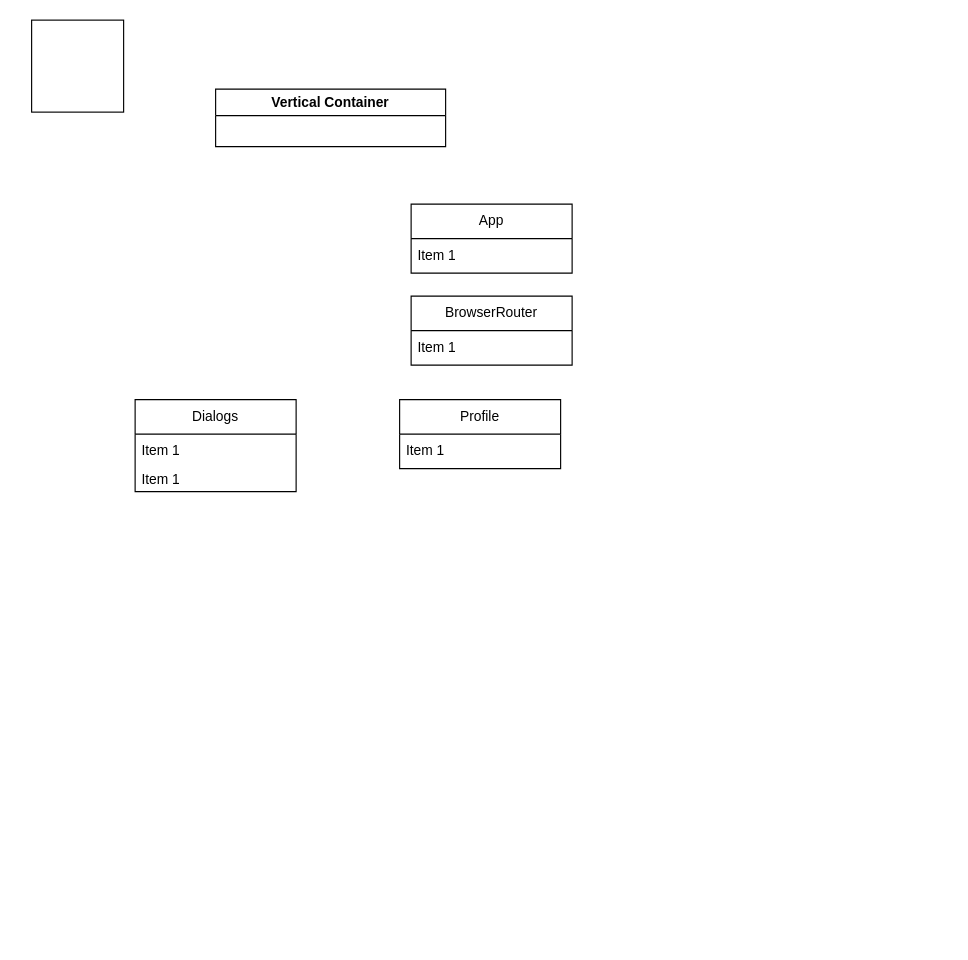
Above: Диаграмма без названия.drawio in alekseiveprev/samurai-way-main (draw.io), before the change. Source tidied: cells renumbered, new cells numbered last; positions are measured from the earlier drawing's top-left corner, leaving out a move shared by most shapes. Both pictures are drawn from the tidied source at 115%, with x=0, y=0 at pixel (31, 20).
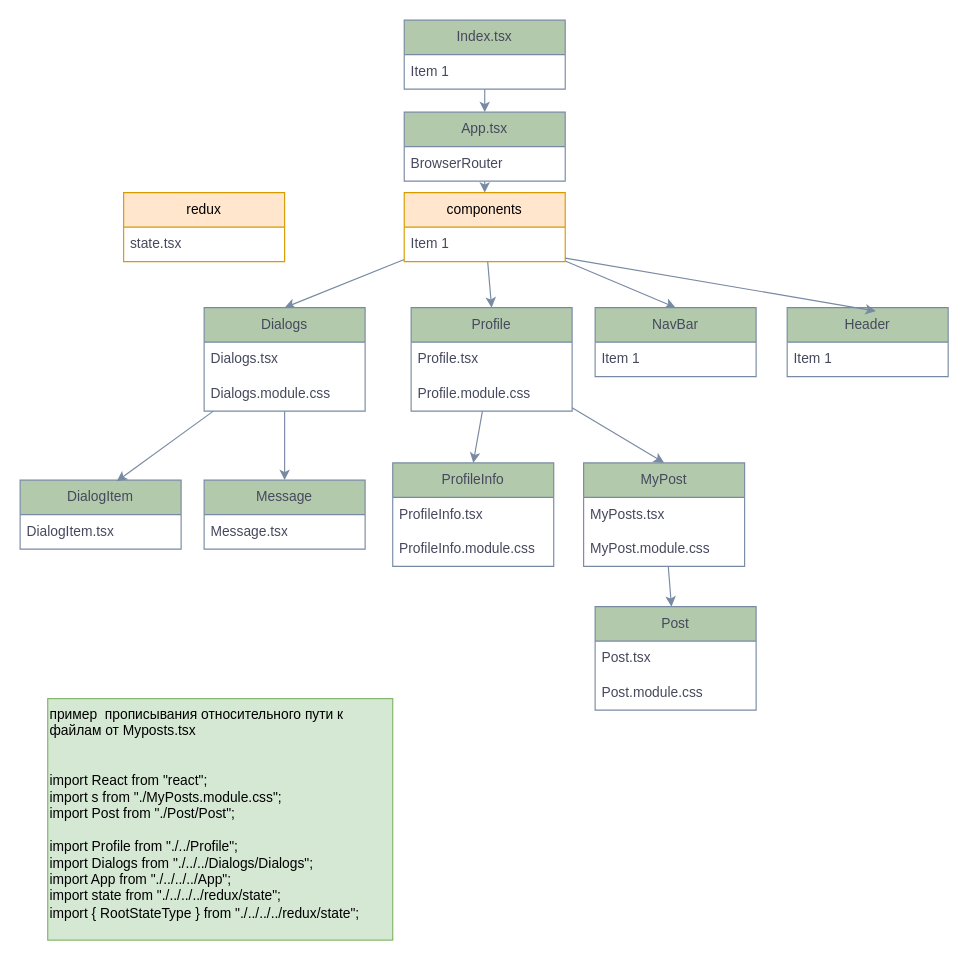
The same page after the edit.

Commit message:
object and absolute path.drawio

Change to the diagram source:
```diff
@@
-    <mxCell id="2" style="whiteSpace=wrap;html=1;" parent="1" vertex="1">
-      <mxGeometry width="80" height="80" as="geometry" />
-    </mxCell>
-    <mxCell id="3" value="Vertical Container" style="swimlane;whiteSpace=wrap;html=1;" parent="1" vertex="1">
-      <mxGeometry x="160" y="60" width="200" height="50" as="geometry" />
-    </mxCell>
+    <mxCell id="13" style="edgeStyle=none;rounded=0;jettySize=auto;html=1;strokeColor=#788AA3;fontColor=#46495D;fillColor=#B2C9AB;" parent="1" edge="1" source="4" target="6">
+      <mxGeometry relative="1" as="geometry" />
+    </mxCell>
-    <mxCell id="4" value="App" style="swimlane;fontStyle=0;horizontal=1;startSize=30;whiteSpace=wrap;html=1;" parent="1" vertex="1">
-      <mxGeometry x="330" y="160" width="140" height="60" as="geometry" />
+    <mxCell id="4" value="App.tsx" style="swimlane;fontStyle=0;horizontal=1;startSize=30;whiteSpace=wrap;html=1;labelBackgroundColor=none;fillColor=#B2C9AB;strokeColor=#788AA3;fontColor=#46495D;" parent="1" vertex="1">
+      <mxGeometry x="324" y="80" width="140" height="60" as="geometry" />
     </mxCell>
-    <mxCell id="5" value="Item 1" style="text;strokeColor=none;fillColor=none;align=left;verticalAlign=middle;spacingLeft=4;spacingRight=4;overflow=hidden;whiteSpace=wrap;html=1;" parent="4" vertex="1">
+    <mxCell id="5" value="BrowserRouter" style="text;strokeColor=none;fillColor=none;align=left;verticalAlign=middle;spacingLeft=4;spacingRight=4;overflow=hidden;whiteSpace=wrap;html=1;labelBackgroundColor=none;fontColor=#46495D;" parent="4" vertex="1">
       <mxGeometry y="30" width="140" height="30" as="geometry" />
     </mxCell>
+    <mxCell id="14" style="edgeStyle=none;rounded=0;jettySize=auto;html=1;entryX=0.5;entryY=0;entryDx=0;entryDy=0;strokeColor=#788AA3;fontColor=#46495D;fillColor=#B2C9AB;" parent="1" edge="1" source="6" target="22">
+      <mxGeometry relative="1" as="geometry" />
+    </mxCell>
+    <mxCell id="15" style="edgeStyle=none;rounded=0;jettySize=auto;html=1;entryX=0.5;entryY=0;entryDx=0;entryDy=0;strokeColor=#788AA3;fontColor=#46495D;fillColor=#B2C9AB;" parent="1" edge="1" source="6" target="10">
+      <mxGeometry relative="1" as="geometry" />
+    </mxCell>
+    <mxCell id="16" style="edgeStyle=none;rounded=0;jettySize=auto;html=1;entryX=0.5;entryY=0;entryDx=0;entryDy=0;strokeColor=#788AA3;fontColor=#46495D;fillColor=#B2C9AB;" parent="1" edge="1" source="6" target="8">
+      <mxGeometry relative="1" as="geometry" />
+    </mxCell>
-    <mxCell id="6" value="BrowserRouter" style="swimlane;fontStyle=0;horizontal=1;startSize=30;whiteSpace=wrap;html=1;" parent="1" vertex="1">
-      <mxGeometry x="330" y="240" width="140" height="60" as="geometry" />
+    <mxCell id="6" value="components" style="swimlane;fontStyle=0;horizontal=1;startSize=30;whiteSpace=wrap;html=1;labelBackgroundColor=none;fillColor=#ffe6cc;strokeColor=#d79b00;" parent="1" vertex="1">
+      <mxGeometry x="324" y="150" width="140" height="60" as="geometry" />
     </mxCell>
-    <mxCell id="7" value="Item 1" style="text;strokeColor=none;fillColor=none;align=left;verticalAlign=middle;spacingLeft=4;spacingRight=4;overflow=hidden;points=[[0,0.5],[1,0.5]];portConstraint=eastwest;whiteSpace=wrap;html=1;" parent="6" vertex="1">
+    <mxCell id="7" value="Item 1" style="text;strokeColor=none;fillColor=none;align=left;verticalAlign=middle;spacingLeft=4;spacingRight=4;overflow=hidden;points=[[0,0.5],[1,0.5]];portConstraint=eastwest;whiteSpace=wrap;html=1;labelBackgroundColor=none;fontColor=#46495D;" parent="6" vertex="1">
       <mxGeometry y="30" width="140" height="30" as="geometry" />
     </mxCell>
+    <mxCell id="17" style="edgeStyle=none;rounded=0;jettySize=auto;html=1;entryX=0.5;entryY=0;entryDx=0;entryDy=0;strokeColor=#788AA3;fontColor=#46495D;fillColor=#B2C9AB;" parent="1" edge="1" source="8" target="30">
+      <mxGeometry relative="1" as="geometry" />
+    </mxCell>
+    <mxCell id="18" style="edgeStyle=none;rounded=0;jettySize=auto;html=1;entryX=0.5;entryY=0;entryDx=0;entryDy=0;strokeColor=#788AA3;fontColor=#46495D;fillColor=#B2C9AB;" parent="1" edge="1" source="8" target="34">
+      <mxGeometry relative="1" as="geometry" />
+    </mxCell>
-    <mxCell id="8" value="Profile" style="swimlane;fontStyle=0;horizontal=1;startSize=30;whiteSpace=wrap;html=1;" parent="1" vertex="1">
-      <mxGeometry x="320" y="330" width="140" height="60" as="geometry" />
+    <mxCell id="8" value="Profile" style="swimlane;fontStyle=0;horizontal=1;startSize=30;whiteSpace=wrap;html=1;labelBackgroundColor=none;fillColor=#B2C9AB;strokeColor=#788AA3;fontColor=#46495D;" parent="1" vertex="1">
+      <mxGeometry x="330" y="250" width="140" height="90" as="geometry" />
     </mxCell>
-    <mxCell id="9" value="Item 1" style="text;strokeColor=none;fillColor=none;align=left;verticalAlign=middle;spacingLeft=4;spacingRight=4;overflow=hidden;whiteSpace=wrap;html=1;" parent="8" vertex="1">
+    <mxCell id="9" value="Profile.tsx" style="text;strokeColor=none;fillColor=none;align=left;verticalAlign=middle;spacingLeft=4;spacingRight=4;overflow=hidden;whiteSpace=wrap;html=1;labelBackgroundColor=none;fontColor=#46495D;" parent="8" vertex="1">
       <mxGeometry y="30" width="140" height="30" as="geometry" />
     </mxCell>
+    <mxCell id="19" value="Profile.module.css" style="text;strokeColor=none;fillColor=none;align=left;verticalAlign=middle;spacingLeft=4;spacingRight=4;overflow=hidden;whiteSpace=wrap;html=1;labelBackgroundColor=none;fontColor=#46495D;" parent="8" vertex="1">
+      <mxGeometry y="60" width="140" height="30" as="geometry" />
+    </mxCell>
+    <mxCell id="20" style="edgeStyle=none;rounded=0;jettySize=auto;html=1;entryX=0.5;entryY=0;entryDx=0;entryDy=0;strokeColor=#788AA3;fontColor=#46495D;fillColor=#B2C9AB;" parent="1" edge="1" source="10" target="28">
+      <mxGeometry relative="1" as="geometry" />
+    </mxCell>
-    <mxCell id="10" value="Dialogs" style="swimlane;fontStyle=0;horizontal=1;startSize=30;whiteSpace=wrap;html=1;" parent="1" vertex="1">
-      <mxGeometry x="90" y="330" width="140" height="80" as="geometry" />
+    <mxCell id="10" value="Dialogs" style="swimlane;fontStyle=0;horizontal=1;startSize=30;whiteSpace=wrap;html=1;labelBackgroundColor=none;fillColor=#B2C9AB;strokeColor=#788AA3;fontColor=#46495D;" parent="1" vertex="1">
+      <mxGeometry x="150" y="250" width="140" height="90" as="geometry" />
     </mxCell>
-    <mxCell id="11" value="Item 1" style="text;strokeColor=none;fillColor=none;align=left;verticalAlign=middle;spacingLeft=4;spacingRight=4;overflow=hidden;whiteSpace=wrap;html=1;" parent="10" vertex="1">
+    <mxCell id="11" value="Dialogs.tsx" style="text;strokeColor=none;fillColor=none;align=left;verticalAlign=middle;spacingLeft=4;spacingRight=4;overflow=hidden;whiteSpace=wrap;html=1;labelBackgroundColor=none;fontColor=#46495D;" parent="10" vertex="1">
       <mxGeometry y="30" width="140" height="30" as="geometry" />
     </mxCell>
-    <mxCell id="12" value="Item 1" style="text;strokeColor=none;fillColor=none;align=left;verticalAlign=middle;spacingLeft=4;spacingRight=4;overflow=hidden;whiteSpace=wrap;html=1;" parent="10" vertex="1">
-      <mxGeometry y="60" width="140" height="20" as="geometry" />
-    </mxCell>
+    <mxCell id="21" value="Dialogs.module.css" style="text;strokeColor=none;fillColor=none;align=left;verticalAlign=middle;spacingLeft=4;spacingRight=4;overflow=hidden;whiteSpace=wrap;html=1;labelBackgroundColor=none;fontColor=#46495D;" parent="10" vertex="1">
+      <mxGeometry y="60" width="140" height="30" as="geometry" />
+    </mxCell>
+    <mxCell id="22" value="NavBar" style="swimlane;fontStyle=0;horizontal=1;startSize=30;whiteSpace=wrap;html=1;labelBackgroundColor=none;fillColor=#B2C9AB;strokeColor=#788AA3;fontColor=#46495D;" parent="1" vertex="1">
+      <mxGeometry x="490" y="250" width="140" height="60" as="geometry" />
+    </mxCell>
+    <mxCell id="23" value="Item 1" style="text;strokeColor=none;fillColor=none;align=left;verticalAlign=middle;spacingLeft=4;spacingRight=4;overflow=hidden;whiteSpace=wrap;html=1;labelBackgroundColor=none;fontColor=#46495D;" parent="22" vertex="1">
+      <mxGeometry y="30" width="140" height="30" as="geometry" />
+    </mxCell>
+    <mxCell id="24" value="Header" style="swimlane;fontStyle=0;horizontal=1;startSize=30;whiteSpace=wrap;html=1;labelBackgroundColor=none;fillColor=#B2C9AB;strokeColor=#788AA3;fontColor=#46495D;" parent="1" vertex="1">
+      <mxGeometry x="657" y="250" width="140" height="60" as="geometry" />
+    </mxCell>
+    <mxCell id="25" value="Item 1" style="text;strokeColor=none;fillColor=none;align=left;verticalAlign=middle;spacingLeft=4;spacingRight=4;overflow=hidden;whiteSpace=wrap;html=1;labelBackgroundColor=none;fontColor=#46495D;" parent="24" vertex="1">
+      <mxGeometry y="30" width="140" height="30" as="geometry" />
+    </mxCell>
+    <mxCell id="26" value="DialogItem" style="swimlane;fontStyle=0;horizontal=1;startSize=30;whiteSpace=wrap;html=1;labelBackgroundColor=none;fillColor=#B2C9AB;strokeColor=#788AA3;fontColor=#46495D;" parent="1" vertex="1">
+      <mxGeometry x="-10" y="400" width="140" height="60" as="geometry" />
+    </mxCell>
+    <mxCell id="27" value="DialogItem.tsx" style="text;strokeColor=none;fillColor=none;align=left;verticalAlign=middle;spacingLeft=4;spacingRight=4;overflow=hidden;whiteSpace=wrap;html=1;labelBackgroundColor=none;fontColor=#46495D;" parent="26" vertex="1">
+      <mxGeometry y="30" width="140" height="30" as="geometry" />
+    </mxCell>
+    <mxCell id="28" value="Message" style="swimlane;fontStyle=0;horizontal=1;startSize=30;whiteSpace=wrap;html=1;labelBackgroundColor=none;fillColor=#B2C9AB;strokeColor=#788AA3;fontColor=#46495D;" parent="1" vertex="1">
+      <mxGeometry x="150" y="400" width="140" height="60" as="geometry" />
+    </mxCell>
+    <mxCell id="29" value="Message.tsx" style="text;strokeColor=none;fillColor=none;align=left;verticalAlign=middle;spacingLeft=4;spacingRight=4;overflow=hidden;whiteSpace=wrap;html=1;labelBackgroundColor=none;fontColor=#46495D;" parent="28" vertex="1">
+      <mxGeometry y="30" width="140" height="30" as="geometry" />
+    </mxCell>
+    <mxCell id="30" value="ProfileInfo" style="swimlane;fontStyle=0;horizontal=1;startSize=30;whiteSpace=wrap;html=1;labelBackgroundColor=none;fillColor=#B2C9AB;strokeColor=#788AA3;fontColor=#46495D;" parent="1" vertex="1">
+      <mxGeometry x="314" y="385" width="140" height="90" as="geometry" />
+    </mxCell>
+    <mxCell id="31" value="ProfileInfo.tsx" style="text;strokeColor=none;fillColor=none;align=left;verticalAlign=middle;spacingLeft=4;spacingRight=4;overflow=hidden;whiteSpace=wrap;html=1;labelBackgroundColor=none;fontColor=#46495D;" parent="30" vertex="1">
+      <mxGeometry y="30" width="140" height="30" as="geometry" />
+    </mxCell>
+    <mxCell id="32" value="ProfileInfo.module.css" style="text;strokeColor=none;fillColor=none;align=left;verticalAlign=middle;spacingLeft=4;spacingRight=4;overflow=hidden;whiteSpace=wrap;html=1;labelBackgroundColor=none;fontColor=#46495D;" parent="30" vertex="1">
+      <mxGeometry y="60" width="140" height="30" as="geometry" />
+    </mxCell>
+    <mxCell id="33" style="edgeStyle=none;rounded=0;jettySize=auto;html=1;strokeColor=#788AA3;fontColor=#46495D;fillColor=#B2C9AB;" parent="1" edge="1" source="34" target="37">
+      <mxGeometry relative="1" as="geometry" />
+    </mxCell>
+    <mxCell id="34" value="MyPost" style="swimlane;fontStyle=0;horizontal=1;startSize=30;whiteSpace=wrap;html=1;labelBackgroundColor=none;fillColor=#B2C9AB;strokeColor=#788AA3;fontColor=#46495D;" parent="1" vertex="1">
+      <mxGeometry x="480" y="385" width="140" height="90" as="geometry" />
+    </mxCell>
+    <mxCell id="35" value="MyPosts.tsx" style="text;strokeColor=none;fillColor=none;align=left;verticalAlign=middle;spacingLeft=4;spacingRight=4;overflow=hidden;whiteSpace=wrap;html=1;labelBackgroundColor=none;fontColor=#46495D;" parent="34" vertex="1">
+      <mxGeometry y="30" width="140" height="30" as="geometry" />
+    </mxCell>
+    <mxCell id="36" value="MyPost.module.css" style="text;strokeColor=none;fillColor=none;align=left;verticalAlign=middle;spacingLeft=4;spacingRight=4;overflow=hidden;whiteSpace=wrap;html=1;labelBackgroundColor=none;fontColor=#46495D;" parent="34" vertex="1">
+      <mxGeometry y="60" width="140" height="30" as="geometry" />
+    </mxCell>
+    <mxCell id="37" value="Post" style="swimlane;fontStyle=0;horizontal=1;startSize=30;whiteSpace=wrap;html=1;labelBackgroundColor=none;fillColor=#B2C9AB;strokeColor=#788AA3;fontColor=#46495D;" parent="1" vertex="1">
+      <mxGeometry x="490" y="510" width="140" height="90" as="geometry" />
+    </mxCell>
+    <mxCell id="38" value="Post.tsx" style="text;strokeColor=none;fillColor=none;align=left;verticalAlign=middle;spacingLeft=4;spacingRight=4;overflow=hidden;whiteSpace=wrap;html=1;labelBackgroundColor=none;fontColor=#46495D;" parent="37" vertex="1">
+      <mxGeometry y="30" width="140" height="30" as="geometry" />
+    </mxCell>
+    <mxCell id="39" value="Post.module.css" style="text;strokeColor=none;fillColor=none;align=left;verticalAlign=middle;spacingLeft=4;spacingRight=4;overflow=hidden;whiteSpace=wrap;html=1;labelBackgroundColor=none;fontColor=#46495D;" parent="37" vertex="1">
+      <mxGeometry y="60" width="140" height="30" as="geometry" />
+    </mxCell>
+    <mxCell id="40" style="edgeStyle=none;rounded=0;jettySize=auto;html=1;entryX=0.55;entryY=0.05;entryDx=0;entryDy=0;entryPerimeter=0;strokeColor=#788AA3;fontColor=#46495D;fillColor=#B2C9AB;" parent="1" edge="1" source="7" target="24">
+      <mxGeometry relative="1" as="geometry" />
+    </mxCell>
+    <mxCell id="41" style="edgeStyle=none;rounded=0;jettySize=auto;html=1;entryX=0.6;entryY=0.017;entryDx=0;entryDy=0;entryPerimeter=0;strokeColor=#788AA3;fontColor=#46495D;fillColor=#B2C9AB;" parent="1" edge="1" source="10" target="26">
+      <mxGeometry relative="1" as="geometry" />
+    </mxCell>
+    <mxCell id="42" style="edgeStyle=none;rounded=0;jettySize=auto;html=1;strokeColor=#788AA3;fontColor=#46495D;fillColor=#B2C9AB;" parent="1" edge="1" source="43" target="4">
+      <mxGeometry relative="1" as="geometry" />
+    </mxCell>
+    <mxCell id="43" value="Index.tsx" style="swimlane;fontStyle=0;horizontal=1;startSize=30;whiteSpace=wrap;html=1;labelBackgroundColor=none;fillColor=#B2C9AB;strokeColor=#788AA3;fontColor=#46495D;" parent="1" vertex="1">
+      <mxGeometry x="324" width="140" height="60" as="geometry" />
+    </mxCell>
+    <mxCell id="44" value="Item 1" style="text;strokeColor=none;fillColor=none;align=left;verticalAlign=middle;spacingLeft=4;spacingRight=4;overflow=hidden;whiteSpace=wrap;html=1;labelBackgroundColor=none;fontColor=#46495D;" parent="43" vertex="1">
+      <mxGeometry y="30" width="140" height="30" as="geometry" />
+    </mxCell>
+    <mxCell id="45" value="redux" style="swimlane;fontStyle=0;horizontal=1;startSize=30;whiteSpace=wrap;html=1;labelBackgroundColor=none;fillColor=#ffe6cc;strokeColor=#d79b00;" parent="1" vertex="1">
+      <mxGeometry x="80" y="150" width="140" height="60" as="geometry" />
+    </mxCell>
+    <mxCell id="46" value="state.tsx" style="text;strokeColor=none;fillColor=none;align=left;verticalAlign=middle;spacingLeft=4;spacingRight=4;overflow=hidden;whiteSpace=wrap;html=1;labelBackgroundColor=none;fontColor=#46495D;" parent="45" vertex="1">
+      <mxGeometry y="30" width="140" height="30" as="geometry" />
+    </mxCell>
+    <mxCell id="47" value="пример&amp;nbsp; прописывания относительного пути к файлам от Myposts.tsx&lt;br&gt;&lt;br&gt;&lt;br&gt;import React from &quot;react&quot;;&lt;br&gt;import s from &quot;./MyPosts.module.css&quot;;&lt;br&gt;import Post from &quot;./Post/Post&quot;;&lt;br&gt;&lt;br&gt;import Profile from &quot;./../Profile&quot;;&lt;br&gt;import Dialogs from &quot;./../../Dialogs/Dialogs&quot;;&lt;br&gt;import App from &quot;./../../../App&quot;;&lt;br&gt;import state from &quot;./../../../redux/state&quot;;&lt;br&gt;import  { RootStateType } from &quot;./../../../redux/state&quot;;" style="text;whiteSpace=wrap;html=1;fillColor=#d5e8d4;strokeColor=#82b366;" parent="1" vertex="1">
+      <mxGeometry x="14" y="590" width="300" height="210" as="geometry" />
+    </mxCell>
```
